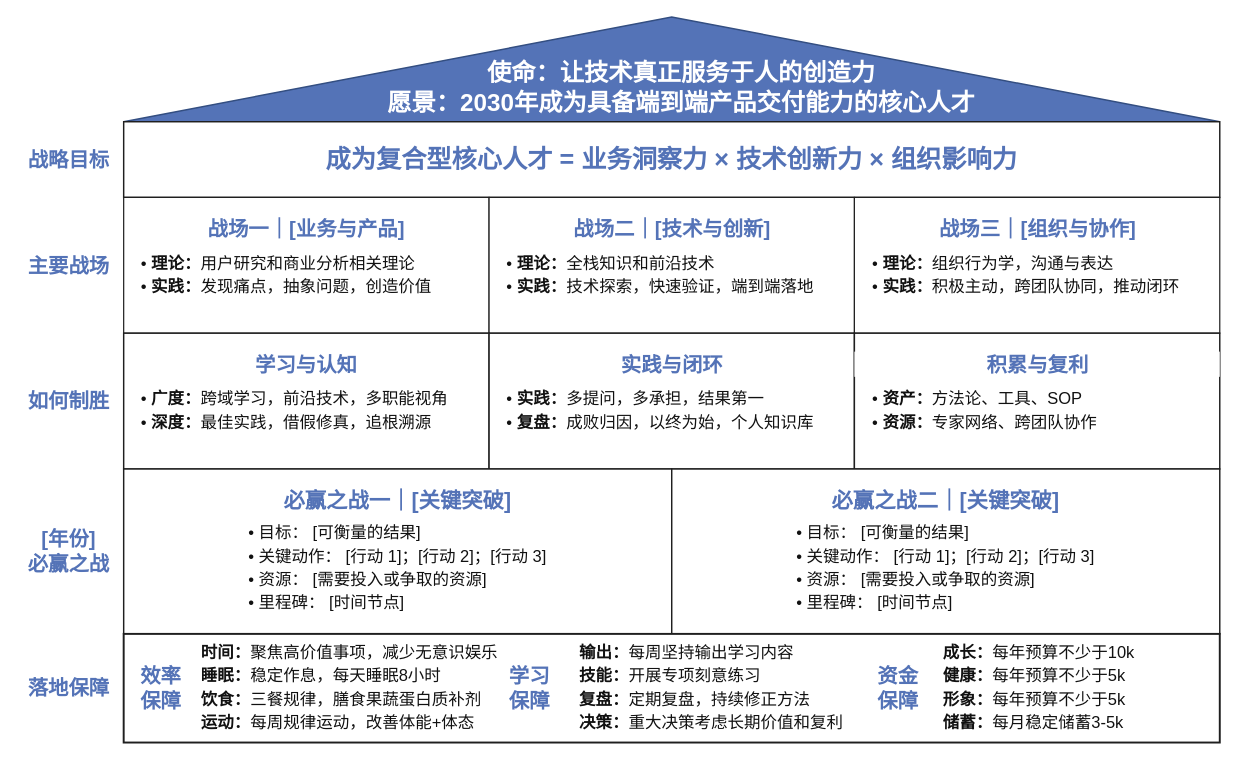
This is 个人战略屋模板.drawio from beauc114514/beauc114514, a draw.io file, before an edit. Source tidied: cells renumbered, new cells numbered last; positions are measured from the earlier drawing's top-left corner, leaving out a move shared by most shapes. Both pictures are drawn from the tidied source at 97%, with x=0, y=0 at pixel (16, 16).
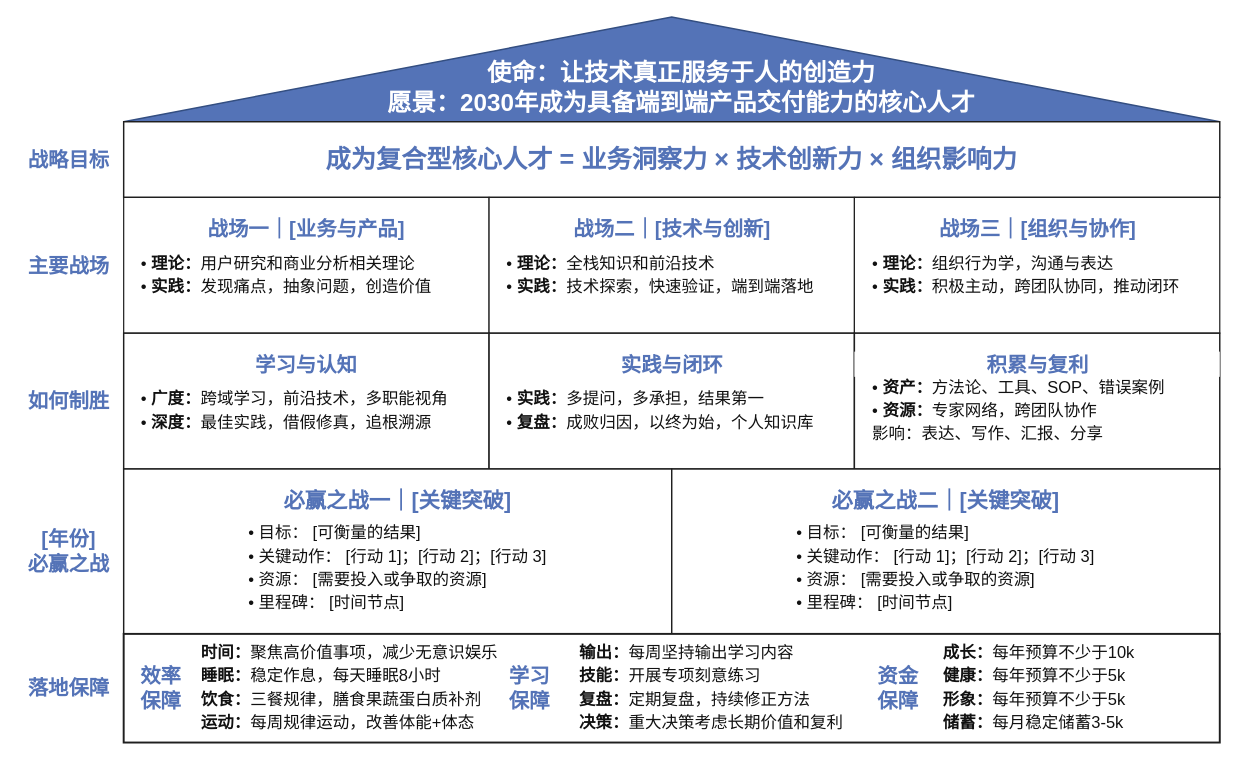
After the change.

Commit message:
更新个人战略屋模板.drawio

The edit, as a diff of the source:
```diff
@@
-    <mxCell id="24" value="&lt;div style=&quot;font-size:17px;line-height:24px;&quot;&gt;• &lt;b&gt;资产：&lt;/b&gt;方法论、工具、SOP&lt;br&gt;• &lt;b&gt;资源：&lt;/b&gt;专家网络、跨团队协作&lt;/div&gt;" style="text;html=1;align=left;verticalAlign=middle;spacing=0;strokeColor=none;fillColor=none;fontColor=#111111;fontFamily=PingFang SC;fontSize=17;" parent="1" vertex="1">
+    <mxCell id="24" value="&lt;div style=&quot;font-size:17px;line-height:24px;&quot;&gt;• &lt;b&gt;资产：&lt;/b&gt;方法论、工具、SOP、错误案例&lt;br&gt;• &lt;b&gt;资源：&lt;/b&gt;专家网络，跨团队协作&lt;/div&gt;&lt;div style=&quot;font-size:17px;line-height:24px;&quot;&gt;影响：&lt;span style=&quot;background-color: transparent; color: light-dark(rgb(17, 17, 17), rgb(223, 223, 223));&quot;&gt;表达、写作、汇报、分享&lt;/span&gt;&lt;/div&gt;" style="text;html=1;align=left;verticalAlign=middle;spacing=0;strokeColor=none;fillColor=none;fontColor=#111111;fontFamily=PingFang SC;fontSize=17;" parent="1" vertex="1">
       <mxGeometry x="882" y="379" width="340" height="54" as="geometry" />
     </mxCell>
```
